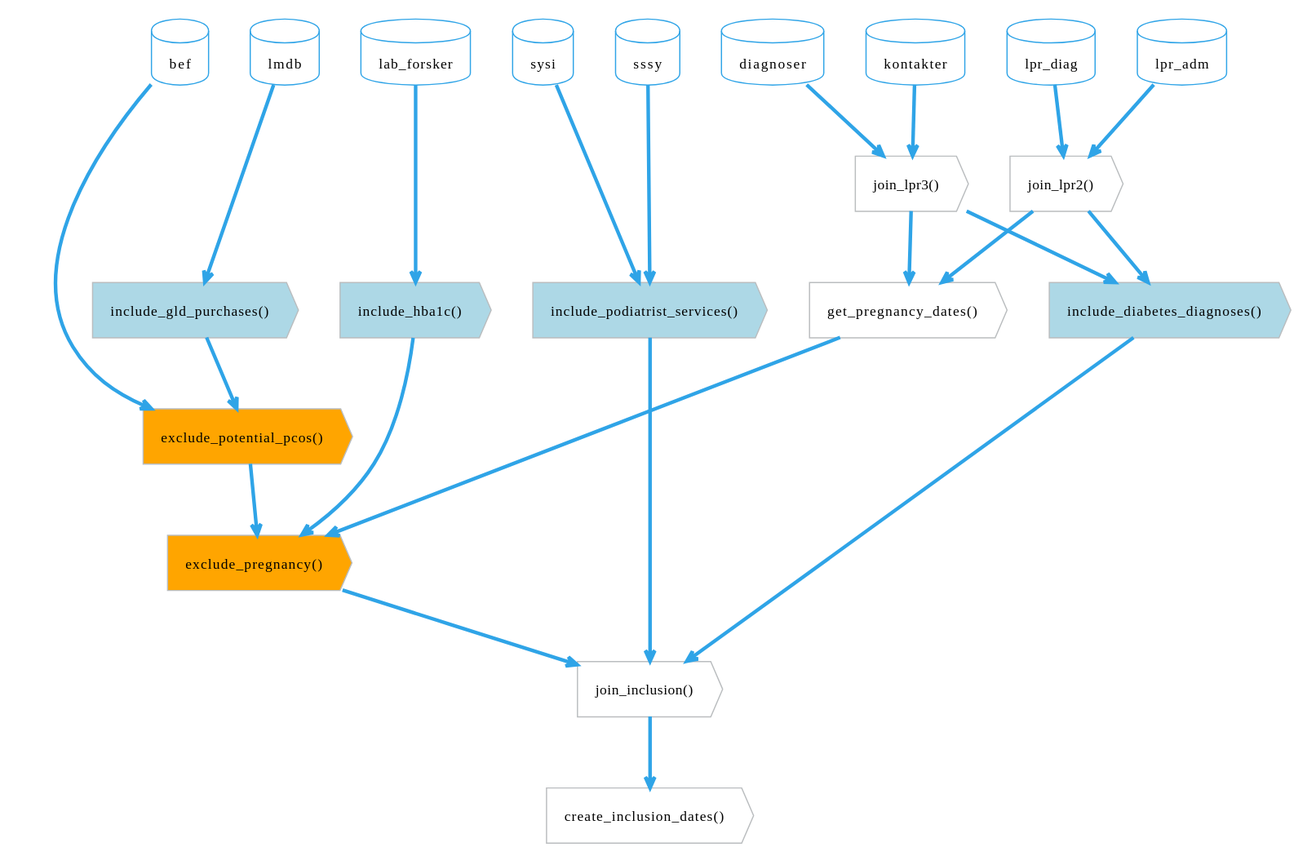
The PlantUML diagram vignettes/articles/function-flow-population.svg in steno-aarhus/osdc, before a commit. The source it was exported from:
```plantuml
@startuml
!theme cerulean-outline
<style>
action, card, database, rectangle {
    FontColor black
}
.inclusion {
    BackgroundColor lightblue
}
.exclusion {
    BackgroundColor orange
}
</style>

hide <<inclusion>> stereotype
hide <<exclusion>> stereotype

    together {
        database sssy
        database sysi
        database lpr_diag
        database lpr_adm
        database lmdb
        database lab_forsker
        database kontakter
        database diagnoser
        database bef
    }
    together {
            action "join_lpr2()" as lpr2
            action "join_lpr3()" as lpr3
    }

    together {
        action "exclude_pregnancy()" as ex_pregnancy <<exclusion>>
        action "exclude_potential_pcos()" as ex_pcos <<exclusion>>
    }
    together {
        action "include_diabetes_diagnoses()" as in_diagnoses <<inclusion>>
        action "include_hba1c()" as in_hba1c <<inclusion>>
        action "include_podiatrist_services()" as in_podiatrist <<inclusion>>
        action "include_gld_purchases()" as in_gld <<inclusion>>
        action "get_pregnancy_dates()" as pregnancy
    }

    action "join_inclusion()" as join_inclusion
    action "create_inclusion_dates()" as inclusion_date

    lpr_diag --> lpr2
    lpr_adm --> lpr2
    kontakter --> lpr3
    diagnoser --> lpr3

    sssy --> in_podiatrist
    sysi --> in_podiatrist
    in_podiatrist --> join_inclusion

    lab_forsker --> in_hba1c
    in_hba1c --> ex_pregnancy
    ex_pregnancy --> join_inclusion

    lmdb --> in_gld
    in_gld --> ex_pcos
    ex_pcos --> ex_pregnancy

    lpr2 --> in_diagnoses
    lpr3 --> in_diagnoses
    in_diagnoses --> join_inclusion

    bef --> ex_pcos
    lpr2 --> pregnancy
    lpr3 --> pregnancy
    pregnancy --> ex_pregnancy
    join_inclusion --> inclusion_date
@enduml
```
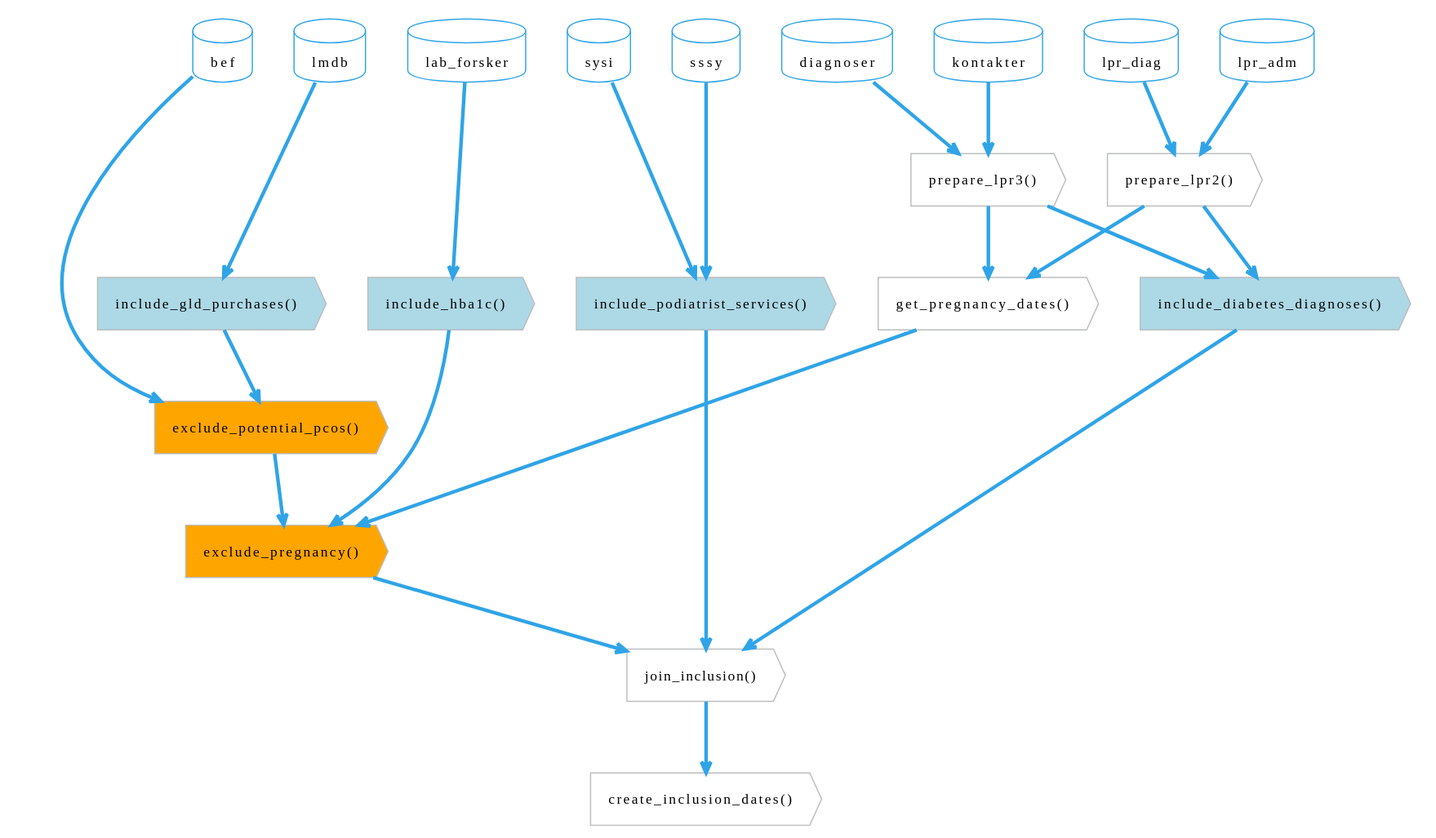
Above is the later version.

Change to the diagram source:
```diff
@@ -27,8 +27,8 @@
         database bef
     }
     together {
-            action "join_lpr2()" as lpr2
-            action "join_lpr3()" as lpr3
+            action "prepare_lpr2()" as lpr2
+            action "prepare_lpr3()" as lpr3
     }
 
     together {
```
